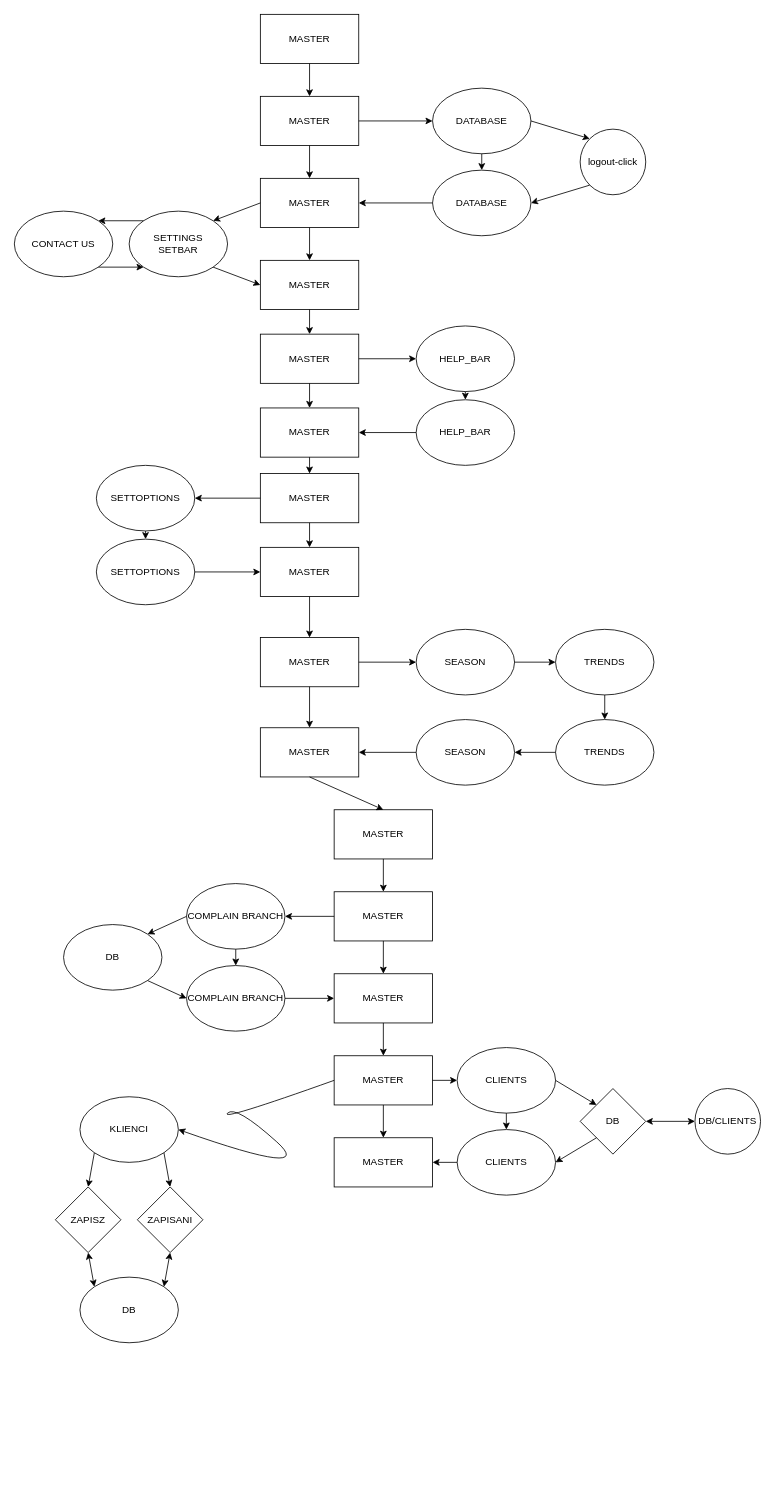
Above: INFORMATION/branches.drawio in Man1exter/MAIG-WAREHOUSE (draw.io), before the change. Source tidied: cells renumbered, new cells numbered last; positions are measured from the earlier drawing's top-left corner, leaving out a move shared by most shapes. Both pictures are drawn from the tidied source at 82%, with x=0, y=0 at pixel (14, 14).
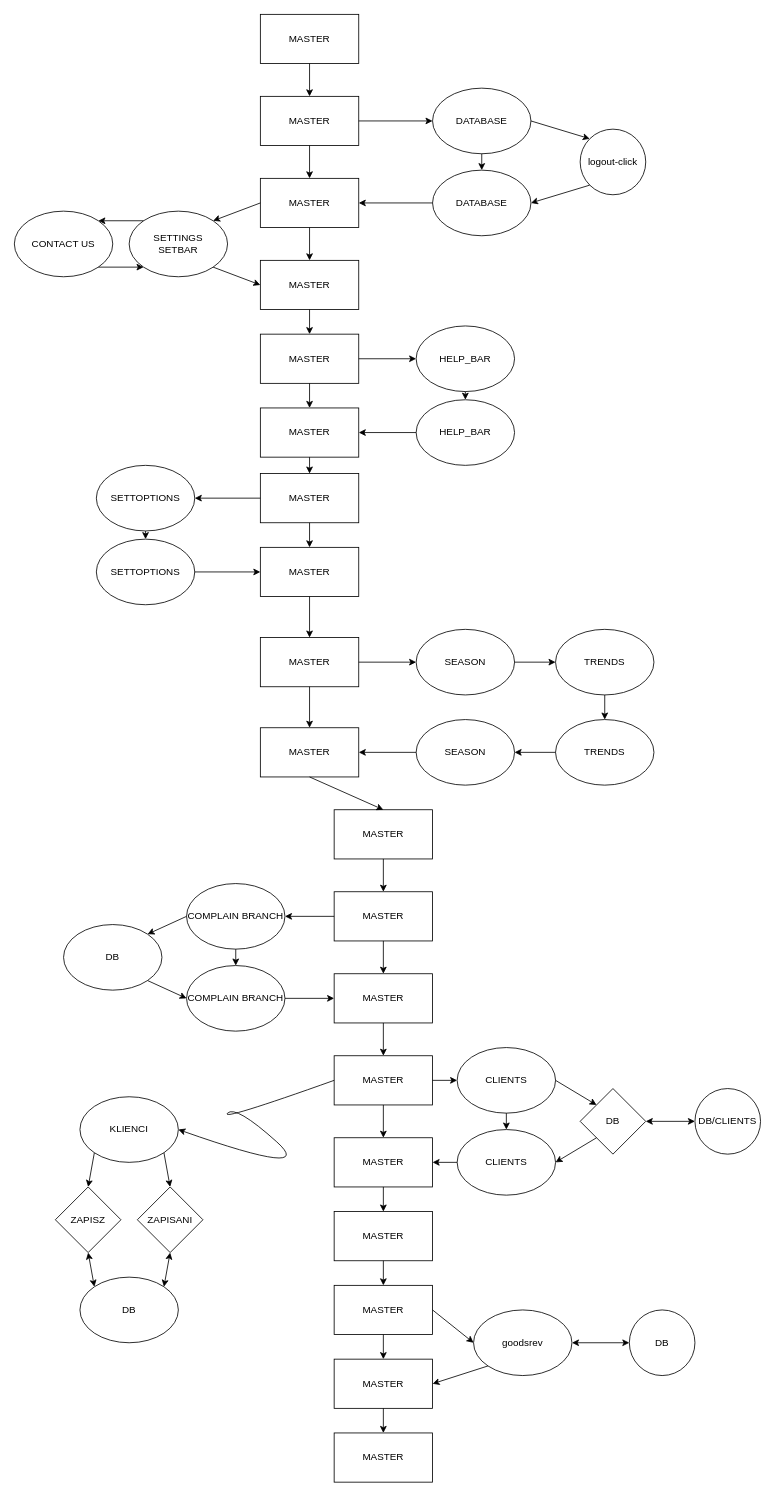
Above is the later version.

The change refers to these unchanged cells:
```xml
<mxCell id="70" value="MASTER" style="rounded=0;whiteSpace=wrap;html=1;" parent="1" vertex="1">
  <mxGeometry x="390" y="1370" width="120" height="60" as="geometry" />
</mxCell>
```

What changed in the source:
```diff
@@
+    <mxCell id="91" value="MASTER" style="rounded=0;whiteSpace=wrap;html=1;" parent="1" vertex="1">
+      <mxGeometry x="390" y="1460" width="120" height="60" as="geometry" />
+    </mxCell>
+    <mxCell id="92" value="MASTER" style="rounded=0;whiteSpace=wrap;html=1;" parent="1" vertex="1">
+      <mxGeometry x="390" y="1550" width="120" height="60" as="geometry" />
+    </mxCell>
+    <mxCell id="93" style="endArrow=classic;html=1;exitX=0.5;exitY=1;exitDx=0;exitDy=0;entryX=0.5;entryY=0;entryDx=0;entryDy=0;" parent="1" edge="1" source="91" target="92">
+      <mxGeometry relative="1" as="geometry" />
+    </mxCell>
+    <mxCell id="94" style="endArrow=classic;html=1;exitX=0.5;exitY=1;exitDx=0;exitDy=0;entryX=0.5;entryY=0;entryDx=0;entryDy=0;" parent="1" edge="1" source="70" target="91">
+      <mxGeometry relative="1" as="geometry" />
+    </mxCell>
+    <mxCell id="95" value="MASTER" style="rounded=0;whiteSpace=wrap;html=1;" parent="1" vertex="1">
+      <mxGeometry x="390" y="1640" width="120" height="60" as="geometry" />
+    </mxCell>
+    <mxCell id="96" style="endArrow=classic;html=1;exitX=0.5;exitY=1;exitDx=0;exitDy=0;entryX=0.5;entryY=0;entryDx=0;entryDy=0;" parent="1" edge="1" source="92" target="95">
+      <mxGeometry relative="1" as="geometry" />
+    </mxCell>
+    <mxCell id="97" value="goodsrev" style="ellipse;whiteSpace=wrap;html=1;" parent="1" vertex="1">
+      <mxGeometry x="560" y="1580" width="120" height="80" as="geometry" />
+    </mxCell>
+    <mxCell id="98" value="DB" style="ellipse;whiteSpace=wrap;html=1;" parent="1" vertex="1">
+      <mxGeometry x="750" y="1580" width="80" height="80" as="geometry" />
+    </mxCell>
+    <mxCell id="99" style="endArrow=classic;html=1;exitX=1;exitY=0.5;exitDx=0;exitDy=0;entryX=0;entryY=0.5;entryDx=0;entryDy=0;" parent="1" edge="1" source="92" target="97">
+      <mxGeometry relative="1" as="geometry" />
+    </mxCell>
+    <mxCell id="100" style="endArrow=classic;startArrow=classic;html=1;exitX=1;exitY=0.5;exitDx=0;exitDy=0;entryX=0;entryY=0.5;entryDx=0;entryDy=0;" parent="1" edge="1" source="97" target="98">
+      <mxGeometry relative="1" as="geometry" />
+    </mxCell>
+    <mxCell id="101" style="endArrow=classic;html=1;exitX=0;exitY=1;exitDx=0;exitDy=0;entryX=1;entryY=0.5;entryDx=0;entryDy=0;" parent="1" edge="1" source="97" target="95">
+      <mxGeometry relative="1" as="geometry" />
+    </mxCell>
+    <mxCell id="102" value="MASTER&lt;br&gt;" style="rounded=0;whiteSpace=wrap;html=1;" parent="1" vertex="1">
+      <mxGeometry x="390" y="1730" width="120" height="60" as="geometry" />
+    </mxCell>
+    <mxCell id="103" style="endArrow=classic;html=1;exitX=0.5;exitY=1;exitDx=0;exitDy=0;entryX=0.5;entryY=0;entryDx=0;entryDy=0;" parent="1" edge="1" source="95" target="102">
+      <mxGeometry relative="1" as="geometry" />
+    </mxCell>
```
